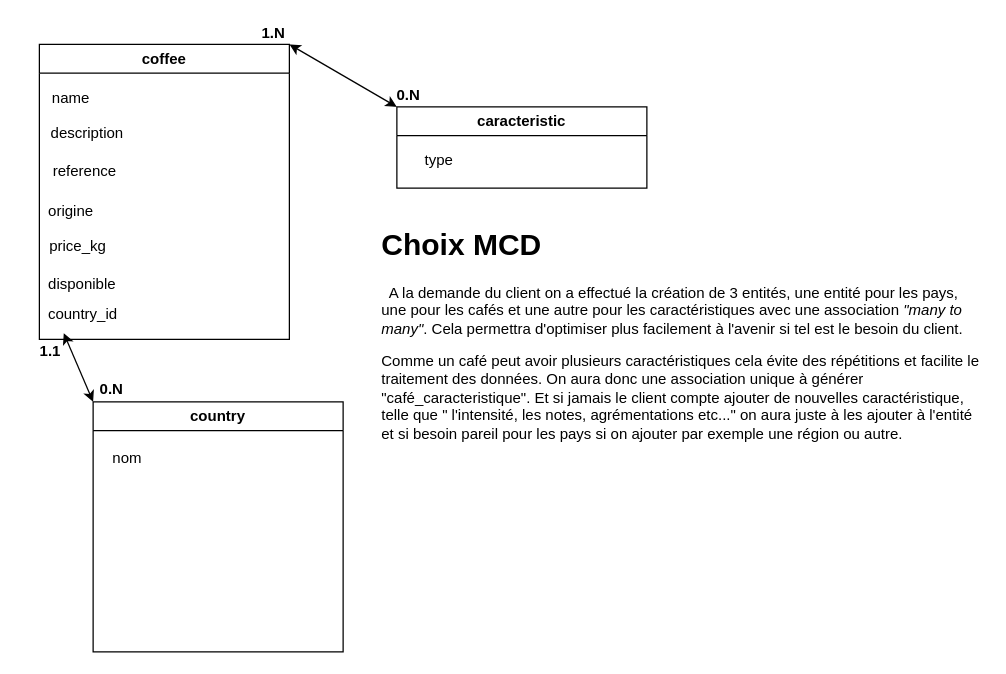
Earlier version of the draw.io diagram docs/choix de développement/MCD.drawio (Senngy/Ocoffee). Source tidied: cells renumbered, new cells numbered last; positions are measured from the earlier drawing's top-left corner, leaving out a move shared by most shapes. Both pictures are drawn from the tidied source at 125%, with x=0, y=0 at pixel (35, 21).
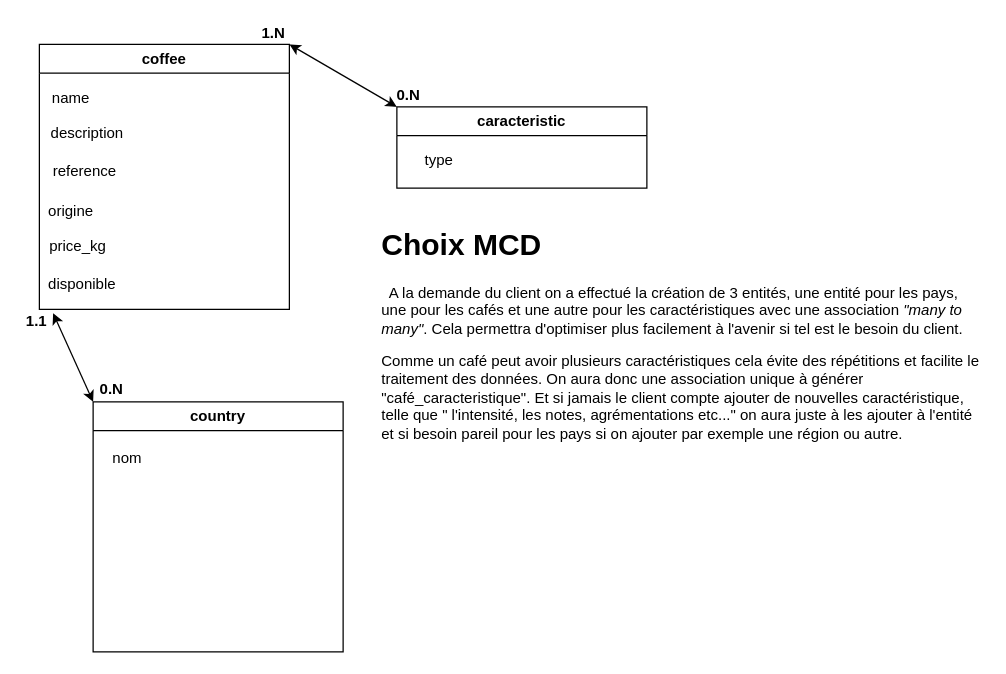
The same page after the edit.

Diff of the diagram source:
```diff
@@
     <mxCell id="2" value="coffee" style="swimlane;startSize=23;" parent="1" vertex="1">
-      <mxGeometry x="3" y="18" width="200" height="236" as="geometry" />
+      <mxGeometry x="3" y="18" width="200" height="212" as="geometry" />
     </mxCell>
@@
-    <mxCell id="9" value="country_id" style="text;html=1;align=center;verticalAlign=middle;whiteSpace=wrap;rounded=0;" parent="2" vertex="1">
-      <mxGeometry x="4.5" y="201" width="60" height="30" as="geometry" />
-    </mxCell>
@@
-    <mxCell id="18" style="endArrow=classic;startArrow=classic;html=1;entryX=0.25;entryY=1;entryDx=0;entryDy=0;" parent="1" edge="1" target="9">
+    <mxCell id="18" style="endArrow=classic;startArrow=classic;html=1;" parent="1" edge="1">
       <mxGeometry relative="1" as="geometry">
         <mxPoint x="46" y="304" as="sourcePoint" />
+        <mxPoint x="14" y="233" as="targetPoint" />
       </mxGeometry>
     </mxCell>
@@
     <mxCell id="20" value="1.1" style="text;html=1;align=center;verticalAlign=middle;whiteSpace=wrap;rounded=0;fontStyle=1;" parent="1" vertex="1">
-      <mxGeometry y="254" width="24" height="19" as="geometry" />
+      <mxGeometry x="-11" y="230" width="24" height="19" as="geometry" />
     </mxCell>
```
